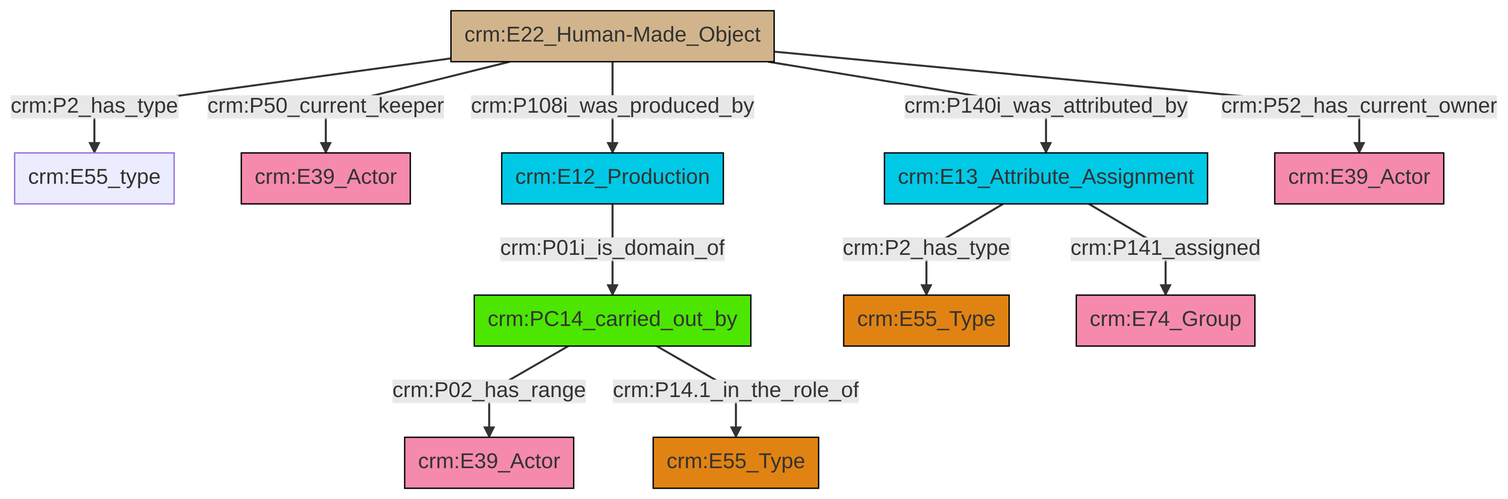
This is et/artworkCSV/ttl/mmd/png/Artwork_Actor_Relations.png from swiss-art-research-net/docs.swissartresearch, a Mermaid export, as it was before one commit. Its source is kept beside it as et/artworkCSV/ttl/mmd/Artwork_Actor_Relations.ttl.mmd.
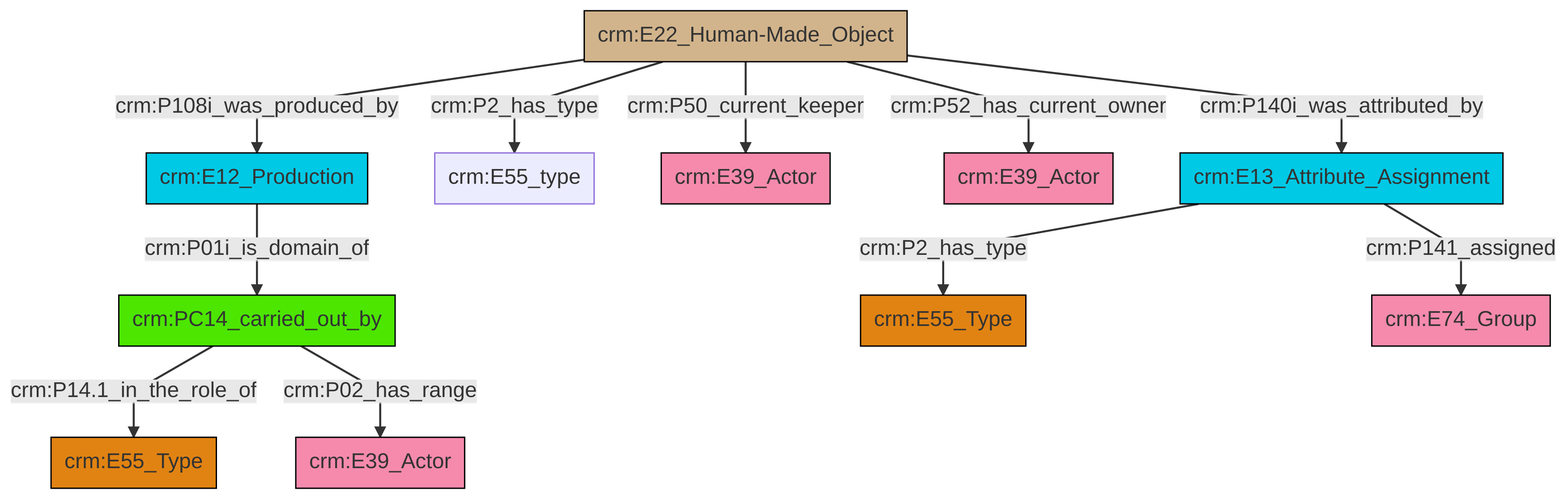
The same file after the commit.

What changed in the source:
```diff
@@ -13,13 +13,13 @@
 classDef PC_Classes fill:#4ce600, stroke:#000000;
 classDef Multi fill:#cccccc,stroke:#000000;
 
-2["crm:E13_Attribute_Assignment"]:::Temporal_Entity -->|crm:P2_has_type| 3["crm:E55_Type"]:::Type
-9["crm:E22_Human-Made_Object"]:::Physical_Thing -->|crm:P2_has_type| 0["crm:E55_type"]:::Default
-4["crm:PC14_carried_out_by"]:::PC_Classes -->|crm:P02_has_range| 19["crm:E39_Actor"]:::Actor
-9["crm:E22_Human-Made_Object"]:::Physical_Thing -->|crm:P50_current_keeper| 7["crm:E39_Actor"]:::Actor
-9["crm:E22_Human-Made_Object"]:::Physical_Thing -->|crm:P108i_was_produced_by| 12["crm:E12_Production"]:::Temporal_Entity
-9["crm:E22_Human-Made_Object"]:::Physical_Thing -->|crm:P140i_was_attributed_by| 2["crm:E13_Attribute_Assignment"]:::Temporal_Entity
-12["crm:E12_Production"]:::Temporal_Entity -->|crm:P01i_is_domain_of| 4["crm:PC14_carried_out_by"]:::PC_Classes
-4["crm:PC14_carried_out_by"]:::PC_Classes -->|crm:P14.1_in_the_role_of| 17["crm:E55_Type"]:::Type
-2["crm:E13_Attribute_Assignment"]:::Temporal_Entity -->|crm:P141_assigned| 10["crm:E74_Group"]:::Actor
-9["crm:E22_Human-Made_Object"]:::Physical_Thing -->|crm:P52_has_current_owner| 15["crm:E39_Actor"]:::Actor
+0["crm:E22_Human-Made_Object"]:::Physical_Thing -->|crm:P140i_was_attributed_by| 1["crm:E13_Attribute_Assignment"]:::Temporal_Entity
+4["crm:PC14_carried_out_by"]:::PC_Classes -->|crm:P14.1_in_the_role_of| 5["crm:E55_Type"]:::Type
+0["crm:E22_Human-Made_Object"]:::Physical_Thing -->|crm:P50_current_keeper| 8["crm:E39_Actor"]:::Actor
+4["crm:PC14_carried_out_by"]:::PC_Classes -->|crm:P02_has_range| 13["crm:E39_Actor"]:::Actor
+1["crm:E13_Attribute_Assignment"]:::Temporal_Entity -->|crm:P141_assigned| 14["crm:E74_Group"]:::Actor
+0["crm:E22_Human-Made_Object"]:::Physical_Thing -->|crm:P108i_was_produced_by| 16["crm:E12_Production"]:::Temporal_Entity
+1["crm:E13_Attribute_Assignment"]:::Temporal_Entity -->|crm:P2_has_type| 6["crm:E55_Type"]:::Type
+16["crm:E12_Production"]:::Temporal_Entity -->|crm:P01i_is_domain_of| 4["crm:PC14_carried_out_by"]:::PC_Classes
+0["crm:E22_Human-Made_Object"]:::Physical_Thing -->|crm:P2_has_type| 2["crm:E55_type"]:::Default
+0["crm:E22_Human-Made_Object"]:::Physical_Thing -->|crm:P52_has_current_owner| 11["crm:E39_Actor"]:::Actor
```
